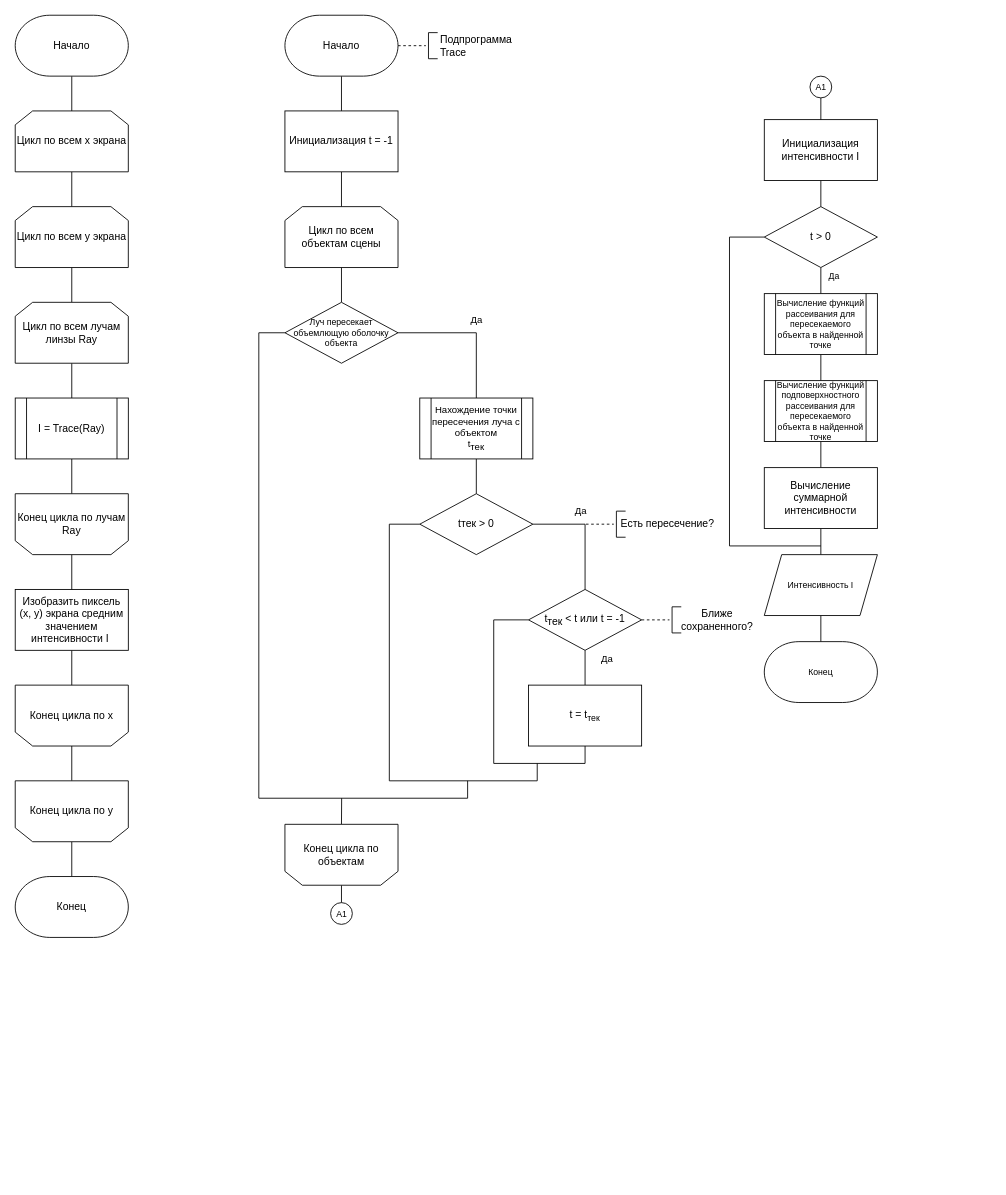
Before: page "Page-1" (1 of 3) of course_proj/shared/report/diagram/algorithm.drawio in muji40k/computer_graphics, a draw.io diagram. Source tidied: cells renumbered, new cells numbered last; positions are measured from the earlier drawing's top-left corner, leaving out a move shared by most shapes. Both pictures are drawn from the tidied source at 87%, with x=0, y=0 at pixel (15, 15).
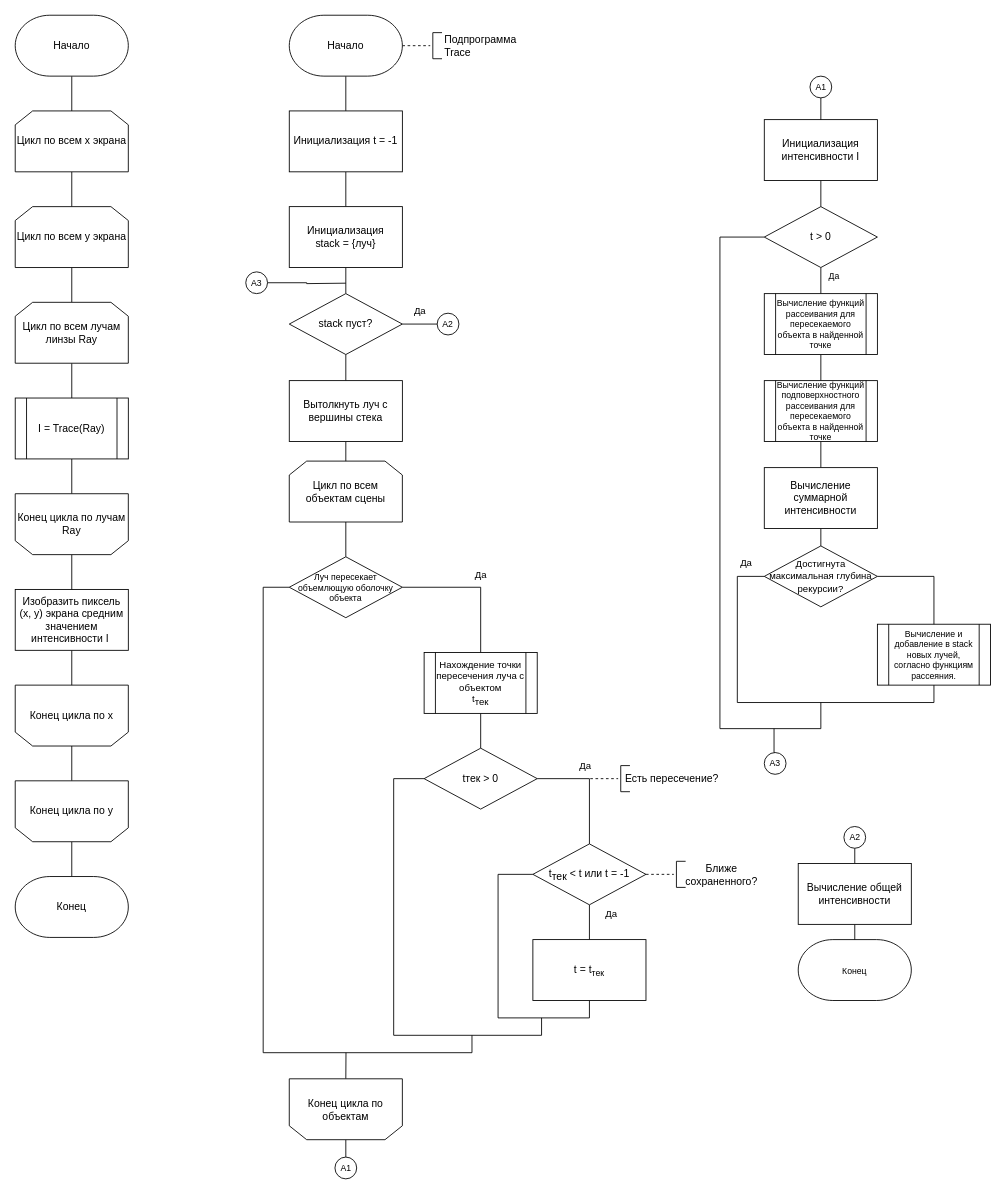
The same page after the edit.

Unchanged cells that the change refers to:
```xml
<mxCell id="46" value="t &amp;gt; 0" style="rhombus;whiteSpace=wrap;html=1;fontSize=12;strokeWidth=1;" parent="1" vertex="1">
  <mxGeometry x="861" y="220" width="130" height="70" as="geometry" />
</mxCell>
<mxCell id="54" value="Вычисление суммарной интенсивности" style="rounded=0;whiteSpace=wrap;html=1;fontSize=12;strokeWidth=1;" parent="1" vertex="1">
  <mxGeometry x="861" y="520" width="130" height="70" as="geometry" />
</mxCell>
```

What changed in the source:
```diff
@@
     <mxCell id="18" value="Начало" style="strokeWidth=1;html=1;shape=mxgraph.flowchart.terminator;whiteSpace=wrap;fontSize=12;" parent="1" vertex="1">
-      <mxGeometry x="310" width="130" height="70" as="geometry" />
+      <mxGeometry x="315" width="130" height="70" as="geometry" />
     </mxCell>
-    <mxCell id="19" style="edgeStyle=orthogonalEdgeStyle;rounded=0;jettySize=auto;html=1;exitX=0.5;exitY=1;exitDx=0;exitDy=0;entryX=0.5;entryY=0;entryDx=0;entryDy=0;fontSize=11;endArrow=none;endFill=0;" parent="1" edge="1" source="20" target="24">
-      <mxGeometry relative="1" as="geometry" />
-    </mxCell>
+    <mxCell id="68" style="edgeStyle=orthogonalEdgeStyle;rounded=0;jettySize=auto;html=1;exitX=0.5;exitY=1;exitDx=0;exitDy=0;entryX=0.5;entryY=0;entryDx=0;entryDy=0;endArrow=none;endFill=0;" parent="1" edge="1" source="20" target="71">
+      <mxGeometry relative="1" as="geometry" />
+    </mxCell>
     <mxCell id="20" value="Инициализация t = -1" style="rounded=0;whiteSpace=wrap;html=1;fontSize=12;strokeWidth=1;" parent="1" vertex="1">
-      <mxGeometry x="310" y="110" width="130" height="70" as="geometry" />
+      <mxGeometry x="315" y="110" width="130" height="70" as="geometry" />
     </mxCell>
     <mxCell id="21" value="Подпрограмма&lt;br&gt;&lt;div style=&quot;text-align: left;&quot;&gt;&lt;span style=&quot;background-color: initial;&quot;&gt;Trace&lt;/span&gt;&lt;/div&gt;" style="text;html=1;strokeColor=none;fillColor=none;align=center;verticalAlign=middle;whiteSpace=wrap;rounded=0;fontSize=12;" parent="1" vertex="1">
-      <mxGeometry x="500" y="20" width="60" height="30" as="geometry" />
+      <mxGeometry x="505" y="20" width="60" height="30" as="geometry" />
     </mxCell>
     <mxCell id="22" style="endArrow=none;dashed=1;html=1;rounded=0;entryX=0.1;entryY=0.5;entryDx=0;entryDy=0;entryPerimeter=0;fontSize=12;exitX=1;exitY=0.5;exitDx=0;exitDy=0;exitPerimeter=0;" parent="1" edge="1" source="18">
       <mxGeometry relative="1" as="geometry">
-        <mxPoint x="472" y="35" as="targetPoint" />
+        <mxPoint x="477" y="35" as="targetPoint" />
       </mxGeometry>
     </mxCell>
@@
     <mxCell id="24" value="Цикл по всем объектам сцены" style="shape=loopLimit;whiteSpace=wrap;html=1;fontSize=12;strokeWidth=1;" parent="1" vertex="1">
-      <mxGeometry x="310" y="220" width="130" height="70" as="geometry" />
+      <mxGeometry x="315" y="512.5" width="130" height="70" as="geometry" />
     </mxCell>
@@
     <mxCell id="26" style="edgeStyle=orthogonalEdgeStyle;rounded=0;jettySize=auto;html=1;exitX=0;exitY=0.5;exitDx=0;exitDy=0;fontSize=11;endArrow=none;endFill=0;" parent="1" edge="1" source="27">
       <mxGeometry relative="1" as="geometry">
-        <mxPoint x="520" y="880" as="targetPoint" />
+        <mxPoint x="525" y="1172.5" as="targetPoint" />
         <Array as="points">
-          <mxPoint x="280" y="365" />
-          <mxPoint x="280" y="900" />
-          <mxPoint x="520" y="900" />
+          <mxPoint x="285" y="657.5" />
+          <mxPoint x="285" y="1192.5" />
+          <mxPoint x="525" y="1192.5" />
         </Array>
       </mxGeometry>
     </mxCell>
     <mxCell id="27" value="Луч пересекает объемлющую оболочку объекта" style="rhombus;whiteSpace=wrap;html=1;fontSize=10;strokeWidth=1;" parent="1" vertex="1">
-      <mxGeometry x="310" y="330" width="130" height="70" as="geometry" />
+      <mxGeometry x="315" y="622.5" width="130" height="70" as="geometry" />
     </mxCell>
@@
     <mxCell id="33" style="edgeStyle=orthogonalEdgeStyle;rounded=0;jettySize=auto;html=1;exitX=0;exitY=0.5;exitDx=0;exitDy=0;fontSize=11;endArrow=none;endFill=0;" parent="1" edge="1" source="34">
       <mxGeometry relative="1" as="geometry">
-        <mxPoint x="600" y="860" as="targetPoint" />
+        <mxPoint x="605" y="1152.5" as="targetPoint" />
         <Array as="points">
-          <mxPoint x="430" y="585" />
-          <mxPoint x="430" y="880" />
-          <mxPoint x="600" y="880" />
+          <mxPoint x="435" y="877.5" />
+          <mxPoint x="435" y="1172.5" />
+          <mxPoint x="605" y="1172.5" />
         </Array>
       </mxGeometry>
     </mxCell>
     <mxCell id="34" value="t&lt;span style=&quot;font-size: 12px;&quot;&gt;тек&lt;/span&gt;&amp;nbsp;&amp;gt; 0" style="rhombus;whiteSpace=wrap;html=1;fontSize=12;strokeWidth=1;verticalAlign=middle;" parent="1" vertex="1">
-      <mxGeometry x="465" y="550" width="130" height="70" as="geometry" />
+      <mxGeometry x="470" y="842.5" width="130" height="70" as="geometry" />
     </mxCell>
@@
     <mxCell id="36" value="Нахождение точки пересечения луча с объектом&lt;br style=&quot;font-size: 11px;&quot;&gt;t&lt;sub style=&quot;font-size: 11px;&quot;&gt;тек&lt;/sub&gt;" style="shape=process;whiteSpace=wrap;html=1;backgroundOutline=1;fontSize=11;strokeWidth=1;" parent="1" vertex="1">
-      <mxGeometry x="465" y="440" width="130" height="70" as="geometry" />
+      <mxGeometry x="470" y="732.5" width="130" height="70" as="geometry" />
     </mxCell>
@@
     <mxCell id="38" value="t&lt;sub style=&quot;font-size: 12px;&quot;&gt;тек&lt;/sub&gt; &amp;lt; t или t = -1" style="rhombus;whiteSpace=wrap;html=1;fontSize=12;strokeWidth=1;" parent="1" vertex="1">
-      <mxGeometry x="590" y="660" width="130" height="70" as="geometry" />
+      <mxGeometry x="595" y="952.5" width="130" height="70" as="geometry" />
     </mxCell>
     <mxCell id="39" style="edgeStyle=orthogonalEdgeStyle;rounded=0;jettySize=auto;html=1;exitX=0.5;exitY=1;exitDx=0;exitDy=0;fontSize=11;endArrow=none;endFill=0;entryX=0;entryY=0.5;entryDx=0;entryDy=0;" parent="1" edge="1" source="40" target="38">
       <mxGeometry relative="1" as="geometry">
         <Array as="points">
-          <mxPoint x="655" y="860" />
-          <mxPoint x="550" y="860" />
-          <mxPoint x="550" y="695" />
+          <mxPoint x="660" y="1152.5" />
+          <mxPoint x="555" y="1152.5" />
+          <mxPoint x="555" y="987.5" />
         </Array>
       </mxGeometry>
     </mxCell>
     <mxCell id="40" value="t = t&lt;sub&gt;тек&lt;/sub&gt;" style="rounded=0;whiteSpace=wrap;html=1;fontSize=12;strokeWidth=1;" parent="1" vertex="1">
-      <mxGeometry x="590" y="770" width="130" height="70" as="geometry" />
+      <mxGeometry x="595" y="1062.5" width="130" height="70" as="geometry" />
     </mxCell>
     <mxCell id="41" style="edgeStyle=orthogonalEdgeStyle;rounded=0;jettySize=auto;html=1;exitX=0.5;exitY=1;exitDx=0;exitDy=0;fontSize=11;endArrow=none;endFill=0;" parent="1" edge="1" source="43">
       <mxGeometry relative="1" as="geometry">
-        <mxPoint x="375.2" y="900" as="targetPoint" />
+        <mxPoint x="380.2" y="1192.5" as="targetPoint" />
       </mxGeometry>
     </mxCell>
@@
     <mxCell id="43" value="Конец цикла по объектам" style="shape=loopLimit;whiteSpace=wrap;html=1;strokeWidth=1;rotation=0;direction=west;" parent="1" vertex="1">
-      <mxGeometry x="310" y="930" width="130" height="70" as="geometry" />
+      <mxGeometry x="315" y="1222.5" width="130" height="70" as="geometry" />
     </mxCell>
@@
     <mxCell id="45" style="edgeStyle=orthogonalEdgeStyle;rounded=0;jettySize=auto;html=1;exitX=0;exitY=0.5;exitDx=0;exitDy=0;fontSize=10;endArrow=none;endFill=0;" parent="1" edge="1" source="46">
       <mxGeometry relative="1" as="geometry">
-        <mxPoint x="926" y="610" as="targetPoint" />
+        <mxPoint x="926" y="790" as="targetPoint" />
         <Array as="points">
-          <mxPoint x="821" y="255" />
-          <mxPoint x="821" y="610" />
+          <mxPoint x="810" y="255" />
+          <mxPoint x="810" y="820" />
+          <mxPoint x="926" y="820" />
         </Array>
       </mxGeometry>
     </mxCell>
@@
-    <mxCell id="53" style="edgeStyle=orthogonalEdgeStyle;rounded=0;jettySize=auto;html=1;exitX=0.5;exitY=1;exitDx=0;exitDy=0;entryX=0.5;entryY=0;entryDx=0;entryDy=0;fontSize=10;endArrow=none;endFill=0;" parent="1" edge="1" source="54" target="56">
-      <mxGeometry relative="1" as="geometry" />
-    </mxCell>
+    <mxCell id="69" style="edgeStyle=orthogonalEdgeStyle;rounded=0;jettySize=auto;html=1;exitX=0.5;exitY=1;exitDx=0;exitDy=0;entryX=0.5;entryY=0;entryDx=0;entryDy=0;fontSize=11;endArrow=none;endFill=0;" parent="1" edge="1" source="54" target="78">
+      <mxGeometry relative="1" as="geometry" />
+    </mxCell>
@@
-    <mxCell id="55" style="edgeStyle=orthogonalEdgeStyle;rounded=0;jettySize=auto;html=1;exitX=0.5;exitY=1;exitDx=0;exitDy=0;entryX=0.5;entryY=0;entryDx=0;entryDy=0;entryPerimeter=0;fontSize=10;endArrow=none;endFill=0;" parent="1" edge="1" source="56" target="57">
-      <mxGeometry relative="1" as="geometry" />
-    </mxCell>
-    <mxCell id="56" value="Интенсивность I" style="shape=parallelogram;perimeter=parallelogramPerimeter;whiteSpace=wrap;html=1;fixedSize=1;fontSize=10;strokeWidth=1;" parent="1" vertex="1">
-      <mxGeometry x="861" y="620" width="130" height="70" as="geometry" />
-    </mxCell>
     <mxCell id="57" value="Конец" style="strokeWidth=1;html=1;shape=mxgraph.flowchart.terminator;whiteSpace=wrap;fontSize=10;" parent="1" vertex="1">
-      <mxGeometry x="861" y="720" width="130" height="70" as="geometry" />
+      <mxGeometry x="900" y="1062.5" width="130" height="70" as="geometry" />
     </mxCell>
@@
     <mxCell id="60" value="A1" style="ellipse;whiteSpace=wrap;html=1;fontSize=10;strokeWidth=1;" parent="1" vertex="1">
-      <mxGeometry x="362.5" y="1020" width="25" height="25" as="geometry" />
+      <mxGeometry x="367.5" y="1312.5" width="25" height="25" as="geometry" />
     </mxCell>
     <mxCell id="61" style="shape=partialRectangle;whiteSpace=wrap;html=1;bottom=1;right=1;left=1;top=0;fillColor=none;routingCenterX=-0.5;rotation=90;" parent="1" vertex="1">
-      <mxGeometry x="465" y="30" width="30" height="10" as="geometry" />
+      <mxGeometry x="470" y="30" width="30" height="10" as="geometry" />
     </mxCell>
     <mxCell id="62" style="endArrow=none;dashed=1;html=1;rounded=0;entryX=0.1;entryY=0.5;entryDx=0;entryDy=0;entryPerimeter=0;fontSize=12;exitX=1;exitY=0.5;exitDx=0;exitDy=0;exitPerimeter=0;" parent="1" edge="1">
       <mxGeometry relative="1" as="geometry">
-        <mxPoint x="656" y="585" as="sourcePoint" />
-        <mxPoint x="688" y="585" as="targetPoint" />
+        <mxPoint x="661" y="877.5" as="sourcePoint" />
+        <mxPoint x="693" y="877.5" as="targetPoint" />
       </mxGeometry>
     </mxCell>
     <mxCell id="63" style="shape=partialRectangle;whiteSpace=wrap;html=1;bottom=1;right=1;left=1;top=0;fillColor=none;routingCenterX=-0.5;rotation=90;" parent="1" vertex="1">
-      <mxGeometry x="681" y="580" width="30" height="10" as="geometry" />
+      <mxGeometry x="686" y="872.5" width="30" height="10" as="geometry" />
     </mxCell>
     <mxCell id="64" value="Есть пересечение?" style="text;html=1;strokeColor=none;fillColor=none;align=center;verticalAlign=middle;whiteSpace=wrap;rounded=0;fontSize=12;" parent="1" vertex="1">
-      <mxGeometry x="690" y="570" width="120" height="30" as="geometry" />
+      <mxGeometry x="695" y="862.5" width="120" height="30" as="geometry" />
     </mxCell>
     <mxCell id="65" style="endArrow=none;dashed=1;html=1;rounded=0;entryX=0.1;entryY=0.5;entryDx=0;entryDy=0;entryPerimeter=0;fontSize=12;exitX=1;exitY=0.5;exitDx=0;exitDy=0;exitPerimeter=0;" parent="1" edge="1">
       <mxGeometry relative="1" as="geometry">
-        <mxPoint x="720" y="695" as="sourcePoint" />
-        <mxPoint x="752" y="695" as="targetPoint" />
+        <mxPoint x="725" y="987.5" as="sourcePoint" />
+        <mxPoint x="757" y="987.5" as="targetPoint" />
       </mxGeometry>
     </mxCell>
     <mxCell id="66" style="shape=partialRectangle;whiteSpace=wrap;html=1;bottom=1;right=1;left=1;top=0;fillColor=none;routingCenterX=-0.5;rotation=90;" parent="1" vertex="1">
-      <mxGeometry x="745" y="690" width="30" height="10" as="geometry" />
+      <mxGeometry x="750" y="982.5" width="30" height="10" as="geometry" />
     </mxCell>
     <mxCell id="67" value="Ближе сохраненного?" style="text;html=1;strokeColor=none;fillColor=none;align=center;verticalAlign=middle;whiteSpace=wrap;rounded=0;fontSize=12;" parent="1" vertex="1">
-      <mxGeometry x="764" y="680" width="86" height="30" as="geometry" />
+      <mxGeometry x="769" y="972.5" width="86" height="30" as="geometry" />
     </mxCell>
+    <mxCell id="70" style="edgeStyle=orthogonalEdgeStyle;rounded=0;jettySize=auto;html=1;exitX=0.5;exitY=1;exitDx=0;exitDy=0;entryX=0.5;entryY=0;entryDx=0;entryDy=0;endArrow=none;endFill=0;" parent="1" edge="1" source="71" target="74">
+      <mxGeometry relative="1" as="geometry" />
+    </mxCell>
+    <mxCell id="71" value="Инициализация&lt;br&gt;stack = {луч}" style="rounded=0;whiteSpace=wrap;html=1;fontSize=12;strokeWidth=1;" parent="1" vertex="1">
+      <mxGeometry x="315" y="220" width="130" height="70" as="geometry" />
+    </mxCell>
+    <mxCell id="72" style="edgeStyle=orthogonalEdgeStyle;rounded=0;jettySize=auto;html=1;exitX=0.5;exitY=1;exitDx=0;exitDy=0;entryX=0.5;entryY=0;entryDx=0;entryDy=0;fontSize=11;endArrow=none;endFill=0;" parent="1" edge="1" source="74" target="80">
+      <mxGeometry relative="1" as="geometry" />
+    </mxCell>
+    <mxCell id="73" value="Да" style="edgeStyle=orthogonalEdgeStyle;rounded=0;jettySize=auto;html=1;exitX=1;exitY=0.5;exitDx=0;exitDy=0;entryX=0;entryY=0.5;entryDx=0;entryDy=0;fontSize=11;endArrow=none;endFill=0;" parent="1" edge="1" source="74" target="81">
+      <mxGeometry y="15" relative="1" as="geometry" />
+    </mxCell>
+    <mxCell id="74" value="stack пуст?" style="rhombus;whiteSpace=wrap;html=1;fontSize=12;strokeWidth=1;" parent="1" vertex="1">
+      <mxGeometry x="315" y="320" width="130" height="70" as="geometry" />
+    </mxCell>
+    <mxCell id="75" value="Вычисление и добавление в stack новых лучей, согласно функциям рассеяния." style="shape=process;whiteSpace=wrap;html=1;backgroundOutline=1;fontSize=10;strokeWidth=1;" parent="1" vertex="1">
+      <mxGeometry x="991" y="700" width="130" height="70" as="geometry" />
+    </mxCell>
+    <mxCell id="76" style="edgeStyle=orthogonalEdgeStyle;rounded=0;jettySize=auto;html=1;exitX=1;exitY=0.5;exitDx=0;exitDy=0;entryX=0.5;entryY=0;entryDx=0;entryDy=0;fontSize=11;endArrow=none;endFill=0;" parent="1" edge="1" source="78" target="75">
+      <mxGeometry relative="1" as="geometry" />
+    </mxCell>
+    <mxCell id="77" value="Да" style="edgeStyle=orthogonalEdgeStyle;rounded=0;jettySize=auto;html=1;exitX=0;exitY=0.5;exitDx=0;exitDy=0;entryX=0.5;entryY=1;entryDx=0;entryDy=0;fontSize=11;endArrow=none;endFill=0;" parent="1" edge="1" source="78" target="75">
+      <mxGeometry x="-0.9" y="-15" relative="1" as="geometry">
+        <Array as="points">
+          <mxPoint x="830" y="645" />
+          <mxPoint x="830" y="790" />
+          <mxPoint x="1056" y="790" />
+        </Array>
+      </mxGeometry>
+    </mxCell>
+    <mxCell id="78" value="&lt;font style=&quot;font-size: 11px;&quot;&gt;Достигнута максимальная глубина рекурсии?&lt;/font&gt;" style="rhombus;whiteSpace=wrap;html=1;fontSize=12;strokeWidth=1;" parent="1" vertex="1">
+      <mxGeometry x="861" y="610" width="130" height="70" as="geometry" />
+    </mxCell>
+    <mxCell id="79" style="edgeStyle=orthogonalEdgeStyle;rounded=0;jettySize=auto;html=1;exitX=0.5;exitY=1;exitDx=0;exitDy=0;entryX=0.5;entryY=0;entryDx=0;entryDy=0;fontSize=11;endArrow=none;endFill=0;" parent="1" edge="1" source="80" target="24">
+      <mxGeometry relative="1" as="geometry" />
+    </mxCell>
+    <mxCell id="80" value="Вытолкнуть луч с вершины стека" style="rounded=0;whiteSpace=wrap;html=1;fontSize=12;strokeWidth=1;" parent="1" vertex="1">
+      <mxGeometry x="315" y="420" width="130" height="70" as="geometry" />
+    </mxCell>
+    <mxCell id="81" value="А2" style="ellipse;whiteSpace=wrap;html=1;fontSize=10;strokeWidth=1;" parent="1" vertex="1">
+      <mxGeometry x="485" y="342.5" width="25" height="25" as="geometry" />
+    </mxCell>
+    <mxCell id="82" style="edgeStyle=orthogonalEdgeStyle;rounded=0;jettySize=auto;html=1;exitX=0.5;exitY=1;exitDx=0;exitDy=0;entryX=0.5;entryY=0;entryDx=0;entryDy=0;fontSize=11;endArrow=none;endFill=0;" parent="1" edge="1" source="83" target="85">
+      <mxGeometry relative="1" as="geometry" />
+    </mxCell>
+    <mxCell id="83" value="A2" style="ellipse;whiteSpace=wrap;html=1;fontSize=10;strokeWidth=1;" parent="1" vertex="1">
+      <mxGeometry x="952.5" y="932.5" width="25" height="25" as="geometry" />
+    </mxCell>
+    <mxCell id="84" style="edgeStyle=orthogonalEdgeStyle;rounded=0;jettySize=auto;html=1;exitX=0.5;exitY=1;exitDx=0;exitDy=0;entryX=0.5;entryY=0;entryDx=0;entryDy=0;entryPerimeter=0;fontSize=11;endArrow=none;endFill=0;" parent="1" edge="1" source="85" target="57">
+      <mxGeometry relative="1" as="geometry" />
+    </mxCell>
+    <mxCell id="85" value="Вычисление общей интенсивности" style="rounded=0;whiteSpace=wrap;html=1;fontSize=12;strokeWidth=1;" parent="1" vertex="1">
+      <mxGeometry x="900" y="975" width="130" height="70" as="geometry" />
+    </mxCell>
+    <mxCell id="86" style="edgeStyle=orthogonalEdgeStyle;rounded=0;jettySize=auto;html=1;exitX=0.5;exitY=0;exitDx=0;exitDy=0;fontSize=11;endArrow=none;endFill=0;" parent="1" edge="1" source="87">
+      <mxGeometry relative="1" as="geometry">
+        <mxPoint x="872.2" y="820" as="targetPoint" />
+      </mxGeometry>
+    </mxCell>
+    <mxCell id="87" value="А3" style="ellipse;whiteSpace=wrap;html=1;fontSize=10;strokeWidth=1;" parent="1" vertex="1">
+      <mxGeometry x="861" y="847.5" width="25" height="25" as="geometry" />
+    </mxCell>
+    <mxCell id="88" style="edgeStyle=orthogonalEdgeStyle;rounded=0;jettySize=auto;html=1;exitX=1;exitY=0.5;exitDx=0;exitDy=0;fontSize=11;endArrow=none;endFill=0;" parent="1" edge="1" source="89">
+      <mxGeometry relative="1" as="geometry">
+        <mxPoint x="380" y="308" as="targetPoint" />
+      </mxGeometry>
+    </mxCell>
+    <mxCell id="89" value="А3" style="ellipse;whiteSpace=wrap;html=1;fontSize=10;strokeWidth=1;" parent="1" vertex="1">
+      <mxGeometry x="265" y="295" width="25" height="25" as="geometry" />
+    </mxCell>
```
